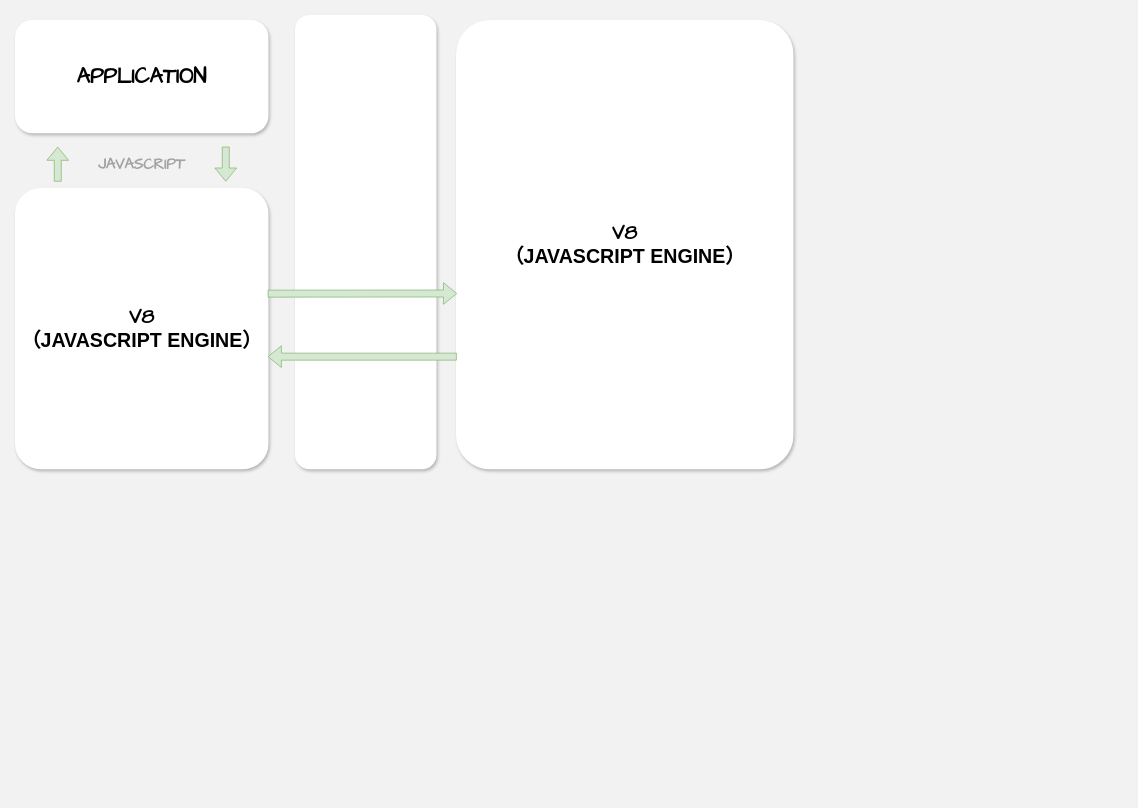
Earlier version of the draw.io diagram Node.js架构.drawio (Yaozongbin0828/UMLetDraw). Source tidied: cells renumbered, new cells numbered last; positions are measured from the earlier drawing's top-left corner, leaving out a move shared by most shapes. Both pictures are drawn from the tidied source at 70%, with x=0, y=0 at pixel (15, 15).
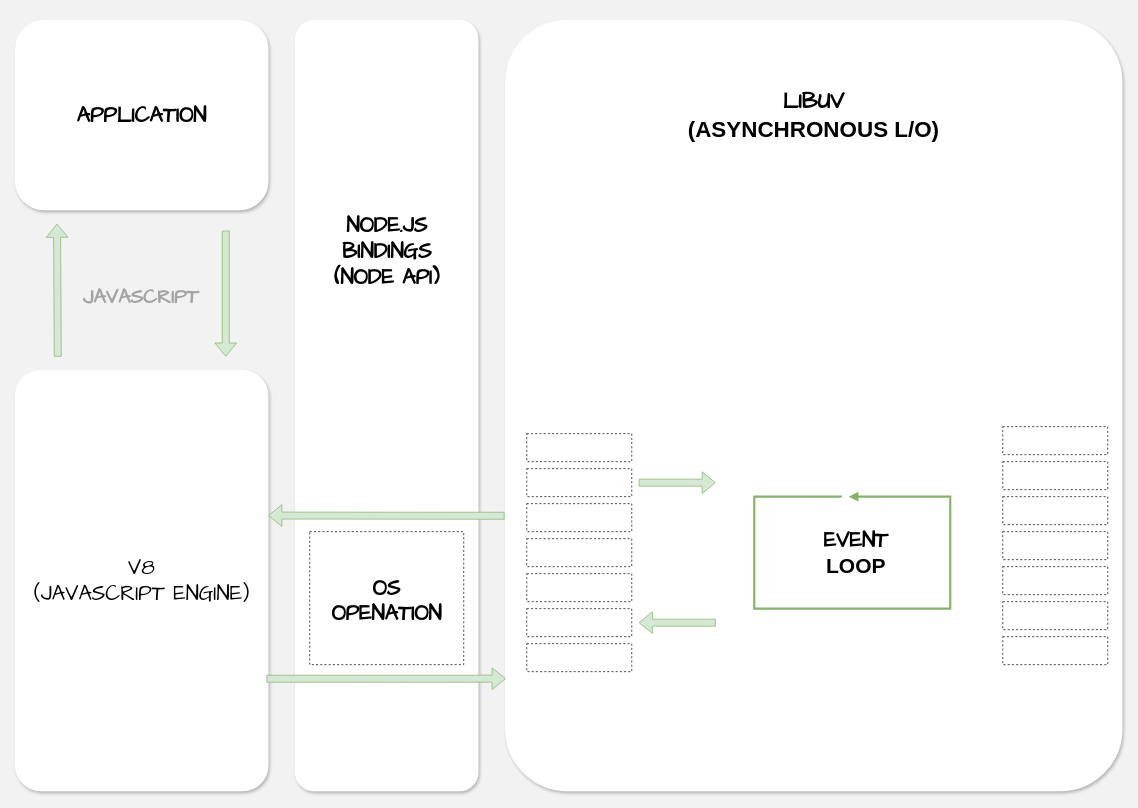
The same diagram, later.

What changed in the source:
```diff
@@
-    <mxCell id="2" value="&lt;b style=&quot;font-size: 28px;&quot;&gt;&lt;font face=&quot;Comic Sans MS&quot; style=&quot;font-size: 28px;&quot;&gt;V8&lt;/font&gt;&lt;/b&gt;&lt;div style=&quot;font-size: 28px;&quot;&gt;&lt;b style=&quot;&quot;&gt;&lt;font face=&quot;Sg2590R3SVGVvx_BgW9V&quot; style=&quot;font-size: 28px;&quot;&gt;（JAVASCRIPT ENGINE）&lt;/font&gt;&lt;/b&gt;&lt;/div&gt;" style="rounded=1;whiteSpace=wrap;html=1;shadow=1;strokeWidth=2;strokeColor=#FFFFFF;arcSize=10;" parent="1" vertex="1">
-      <mxGeometry x="630" y="7" width="480" height="640" as="geometry" />
+    <mxCell id="2" style="rounded=1;whiteSpace=wrap;html=1;shadow=1;strokeWidth=2;strokeColor=#FFFFFF;arcSize=10;" parent="1" vertex="1">
+      <mxGeometry x="700" y="7" width="880" height="1100" as="geometry" />
     </mxCell>
     <mxCell id="3" value="&lt;font size=&quot;1&quot; face=&quot;Comic Sans MS&quot; style=&quot;&quot;&gt;&lt;b style=&quot;font-size: 30px;&quot;&gt;APPLICATION&lt;/b&gt;&lt;/font&gt;" style="rounded=1;whiteSpace=wrap;html=1;shadow=1;strokeWidth=2;strokeColor=#FFFFFF;" parent="1" vertex="1">
-      <mxGeometry y="7" width="360" height="160" as="geometry" />
+      <mxGeometry y="7" width="360" height="270" as="geometry" />
     </mxCell>
-    <mxCell id="4" value="&lt;b style=&quot;font-size: 28px;&quot;&gt;&lt;font face=&quot;Comic Sans MS&quot; style=&quot;font-size: 28px;&quot;&gt;V8&lt;/font&gt;&lt;/b&gt;&lt;div style=&quot;font-size: 28px;&quot;&gt;&lt;b style=&quot;&quot;&gt;&lt;font face=&quot;Sg2590R3SVGVvx_BgW9V&quot; style=&quot;font-size: 28px;&quot;&gt;（JAVASCRIPT ENGINE）&lt;/font&gt;&lt;/b&gt;&lt;/div&gt;" style="rounded=1;whiteSpace=wrap;html=1;shadow=1;strokeWidth=2;strokeColor=#FFFFFF;arcSize=10;" parent="1" vertex="1">
-      <mxGeometry y="247" width="360" height="400" as="geometry" />
+    <mxCell id="4" value="&lt;font face=&quot;Comic Sans MS&quot; style=&quot;font-size: 30px;&quot;&gt;V8&lt;/font&gt;&lt;div style=&quot;font-size: 30px;&quot;&gt;&lt;font face=&quot;Comic Sans MS&quot; style=&quot;font-size: 30px;&quot;&gt;（JAVASCRIPT ENGINE）&lt;/font&gt;&lt;/div&gt;" style="rounded=1;whiteSpace=wrap;html=1;shadow=1;strokeWidth=2;strokeColor=#FFFFFF;arcSize=10;" parent="1" vertex="1">
+      <mxGeometry y="507" width="360" height="600" as="geometry" />
     </mxCell>
     <mxCell id="5" style="rounded=1;whiteSpace=wrap;html=1;shadow=1;strokeWidth=2;strokeColor=#FFFFFF;arcSize=10;" parent="1" vertex="1">
-      <mxGeometry x="400" width="200" height="647" as="geometry" />
+      <mxGeometry x="400" y="7" width="260" height="1100" as="geometry" />
     </mxCell>
-    <mxCell id="6" value="&lt;b&gt;&lt;font color=&quot;#a3a3a3&quot; face=&quot;Comic Sans MS&quot; style=&quot;font-size: 21px;&quot;&gt;JAVASCRIPT&lt;/font&gt;&lt;/b&gt;" style="text;html=1;align=center;verticalAlign=middle;whiteSpace=wrap;rounded=0;" parent="1" vertex="1">
-      <mxGeometry x="150" y="197" width="60" height="30" as="geometry" />
+    <mxCell id="6" value="&lt;b&gt;&lt;font color=&quot;#a3a3a3&quot; face=&quot;Comic Sans MS&quot; style=&quot;font-size: 28px;&quot;&gt;JAVASCRIPT&lt;/font&gt;&lt;/b&gt;" style="text;html=1;align=center;verticalAlign=middle;whiteSpace=wrap;rounded=0;" parent="1" vertex="1">
+      <mxGeometry x="149.3" y="387" width="60" height="30" as="geometry" />
     </mxCell>
     <mxCell id="7" style="shape=flexArrow;endArrow=classic;html=1;rounded=0;fillColor=#d5e8d4;strokeColor=#82b366;" parent="1" edge="1">
       <mxGeometry relative="1" as="geometry">
-        <mxPoint x="60" y="237" as="sourcePoint" />
-        <mxPoint x="60" y="187" as="targetPoint" />
+        <mxPoint x="60" y="487" as="sourcePoint" />
+        <mxPoint x="59" y="297" as="targetPoint" />
       </mxGeometry>
     </mxCell>
     <mxCell id="8" style="shape=flexArrow;endArrow=classic;html=1;rounded=0;fillColor=#d5e8d4;strokeColor=#82b366;" parent="1" edge="1">
       <mxGeometry relative="1" as="geometry">
-        <mxPoint x="300" y="187" as="sourcePoint" />
-        <mxPoint x="300" y="237" as="targetPoint" />
+        <mxPoint x="300" y="307" as="sourcePoint" />
+        <mxPoint x="300" y="487" as="targetPoint" />
       </mxGeometry>
     </mxCell>
-    <mxCell id="9" style="shape=flexArrow;endArrow=classic;html=1;rounded=0;fillColor=#d5e8d4;strokeColor=#82b366;entryX=0.001;entryY=0.609;entryDx=0;entryDy=0;entryPerimeter=0;" parent="1" edge="1" target="2">
+    <mxCell id="9" style="shape=flexArrow;endArrow=classic;html=1;rounded=0;fillColor=#d5e8d4;strokeColor=#82b366;entryX=0.002;entryY=0.709;entryDx=0;entryDy=0;entryPerimeter=0;" parent="1" edge="1">
       <mxGeometry relative="1" as="geometry">
-        <mxPoint x="360" y="397" as="sourcePoint" />
+        <mxPoint x="358.2" y="947.1" as="sourcePoint" />
+        <mxPoint x="700" y="947" as="targetPoint" />
       </mxGeometry>
     </mxCell>
-    <mxCell id="10" style="shape=flexArrow;endArrow=classic;html=1;rounded=0;fillColor=#d5e8d4;strokeColor=#82b366;" parent="1" edge="1">
-      <mxGeometry relative="1" as="geometry">
-        <mxPoint x="630" y="487" as="sourcePoint" />
-        <mxPoint x="360" y="487" as="targetPoint" />
-      </mxGeometry>
+    <mxCell id="10" style="shape=flexArrow;endArrow=classic;html=1;rounded=0;fillColor=#d5e8d4;strokeColor=#82b366;entryX=1.002;entryY=0.345;entryDx=0;entryDy=0;entryPerimeter=0;exitX=-0.002;exitY=0.643;exitDx=0;exitDy=0;exitPerimeter=0;" parent="1" edge="1" source="2" target="4">
+      <mxGeometry relative="1" as="geometry" />
     </mxCell>
+    <mxCell id="11" value="OS&#10;OPENATION" style="fontStyle=1;align=center;verticalAlign=middle;horizontal=1;dashed=1;fontFamily=Comic Sans MS;fontSize=30;" parent="1" vertex="1">
+      <mxGeometry x="420" y="737" width="220" height="190" as="geometry" />
+    </mxCell>
+    <mxCell id="12" value="&lt;font face=&quot;Comic Sans MS&quot; style=&quot;font-size: 30px;&quot;&gt;&lt;b&gt;NODE.JS&lt;/b&gt;&lt;/font&gt;&lt;div style=&quot;font-size: 30px;&quot;&gt;&lt;font face=&quot;Comic Sans MS&quot; style=&quot;font-size: 30px;&quot;&gt;&lt;b&gt;BINDINGS&lt;/b&gt;&lt;/font&gt;&lt;/div&gt;&lt;div style=&quot;font-size: 30px;&quot;&gt;&lt;font face=&quot;Comic Sans MS&quot; style=&quot;font-size: 30px;&quot;&gt;&lt;b&gt;(NODE API)&lt;/b&gt;&lt;/font&gt;&lt;/div&gt;" style="text;html=1;align=center;verticalAlign=middle;whiteSpace=wrap;rounded=0;" parent="1" vertex="1">
+      <mxGeometry x="427.5" y="257" width="205" height="160" as="geometry" />
+    </mxCell>
+    <mxCell id="13" style="group;" parent="1" vertex="1">
+      <mxGeometry x="730" y="597" width="150" height="340" as="geometry" />
+    </mxCell>
+    <mxCell id="14" style="group;" parent="13" vertex="1">
+      <mxGeometry width="150" height="240" as="geometry" />
+    </mxCell>
+    <mxCell id="15" style="fontStyle=1;align=center;verticalAlign=middle;horizontal=1;dashed=1;fontFamily=Comic Sans MS;fontSize=30;" parent="14" vertex="1">
+      <mxGeometry y="200" width="150" height="40" as="geometry" />
+    </mxCell>
+    <mxCell id="16" style="fontStyle=1;align=center;verticalAlign=middle;horizontal=1;dashed=1;fontFamily=Comic Sans MS;fontSize=30;" parent="14" vertex="1">
+      <mxGeometry y="150" width="150" height="40" as="geometry" />
+    </mxCell>
+    <mxCell id="17" style="fontStyle=1;align=center;verticalAlign=middle;horizontal=1;dashed=1;fontFamily=Comic Sans MS;fontSize=30;" parent="14" vertex="1">
+      <mxGeometry y="100" width="150" height="40" as="geometry" />
+    </mxCell>
+    <mxCell id="18" style="fontStyle=1;align=center;verticalAlign=middle;horizontal=1;dashed=1;fontFamily=Comic Sans MS;fontSize=30;" parent="14" vertex="1">
+      <mxGeometry width="150" height="40" as="geometry" />
+    </mxCell>
+    <mxCell id="19" style="fontStyle=1;align=center;verticalAlign=middle;horizontal=1;dashed=1;fontFamily=Comic Sans MS;fontSize=30;" parent="14" vertex="1">
+      <mxGeometry y="50" width="150" height="40" as="geometry" />
+    </mxCell>
+    <mxCell id="20" style="fontStyle=1;align=center;verticalAlign=middle;horizontal=1;dashed=1;fontFamily=Comic Sans MS;fontSize=30;" parent="13" vertex="1">
+      <mxGeometry y="250" width="150" height="40" as="geometry" />
+    </mxCell>
+    <mxCell id="21" style="fontStyle=1;align=center;verticalAlign=middle;horizontal=1;dashed=1;fontFamily=Comic Sans MS;fontSize=30;" parent="13" vertex="1">
+      <mxGeometry y="300" width="150" height="40" as="geometry" />
+    </mxCell>
+    <mxCell id="22" style="group;" parent="1" vertex="1">
+      <mxGeometry x="1410" y="587" width="150" height="340" as="geometry" />
+    </mxCell>
+    <mxCell id="23" style="group;" parent="22" vertex="1">
+      <mxGeometry width="150" height="240" as="geometry" />
+    </mxCell>
+    <mxCell id="24" style="fontStyle=1;align=center;verticalAlign=middle;horizontal=1;dashed=1;fontFamily=Comic Sans MS;fontSize=30;" parent="23" vertex="1">
+      <mxGeometry y="200" width="150" height="40" as="geometry" />
+    </mxCell>
+    <mxCell id="25" style="fontStyle=1;align=center;verticalAlign=middle;horizontal=1;dashed=1;fontFamily=Comic Sans MS;fontSize=30;" parent="23" vertex="1">
+      <mxGeometry y="150" width="150" height="40" as="geometry" />
+    </mxCell>
+    <mxCell id="26" style="fontStyle=1;align=center;verticalAlign=middle;horizontal=1;dashed=1;fontFamily=Comic Sans MS;fontSize=30;" parent="23" vertex="1">
+      <mxGeometry y="100" width="150" height="40" as="geometry" />
+    </mxCell>
+    <mxCell id="27" style="fontStyle=1;align=center;verticalAlign=middle;horizontal=1;dashed=1;fontFamily=Comic Sans MS;fontSize=30;" parent="23" vertex="1">
+      <mxGeometry width="150" height="40" as="geometry" />
+    </mxCell>
+    <mxCell id="28" style="fontStyle=1;align=center;verticalAlign=middle;horizontal=1;dashed=1;fontFamily=Comic Sans MS;fontSize=30;" parent="23" vertex="1">
+      <mxGeometry y="50" width="150" height="40" as="geometry" />
+    </mxCell>
+    <mxCell id="29" style="fontStyle=1;align=center;verticalAlign=middle;horizontal=1;dashed=1;fontFamily=Comic Sans MS;fontSize=30;" parent="22" vertex="1">
+      <mxGeometry y="250" width="150" height="40" as="geometry" />
+    </mxCell>
+    <mxCell id="30" style="fontStyle=1;align=center;verticalAlign=middle;horizontal=1;dashed=1;fontFamily=Comic Sans MS;fontSize=30;" parent="22" vertex="1">
+      <mxGeometry y="300" width="150" height="40" as="geometry" />
+    </mxCell>
+    <mxCell id="31" style="shape=flexArrow;endArrow=classic;html=1;rounded=0;fillColor=#d5e8d4;strokeColor=#82b366;exitX=-0.002;exitY=0.643;exitDx=0;exitDy=0;exitPerimeter=0;" parent="1" edge="1">
+      <mxGeometry relative="1" as="geometry">
+        <mxPoint x="890" y="667" as="sourcePoint" />
+        <mxPoint x="1000" y="667" as="targetPoint" />
+      </mxGeometry>
+    </mxCell>
+    <mxCell id="32" style="shape=flexArrow;endArrow=classic;html=1;rounded=0;fillColor=#d5e8d4;strokeColor=#82b366;exitX=-0.002;exitY=0.643;exitDx=0;exitDy=0;exitPerimeter=0;" parent="1" edge="1">
+      <mxGeometry relative="1" as="geometry">
+        <mxPoint x="1000" y="867" as="sourcePoint" />
+        <mxPoint x="890" y="867" as="targetPoint" />
+      </mxGeometry>
+    </mxCell>
+    <mxCell id="33" value="&lt;font face=&quot;Comic Sans MS&quot; style=&quot;font-size: 32px;&quot;&gt;&lt;b style=&quot;&quot;&gt;LIBUV&lt;/b&gt;&lt;/font&gt;&lt;div style=&quot;font-size: 32px;&quot;&gt;&lt;font face=&quot;ewVS7R6IZLx0vih2EcNN&quot; style=&quot;font-size: 32px;&quot;&gt;&lt;b style=&quot;&quot;&gt;(ASYNCHRONOUS L/O)&lt;/b&gt;&lt;/font&gt;&lt;/div&gt;" style="text;html=1;align=center;verticalAlign=middle;whiteSpace=wrap;rounded=0;" parent="1" vertex="1">
+      <mxGeometry x="945" y="67" width="390" height="150" as="geometry" />
+    </mxCell>
+    <mxCell id="34" style="html=1;align=left;spacingLeft=2;endArrow=block;rounded=0;edgeStyle=orthogonalEdgeStyle;curved=0;rounded=0;strokeWidth=3;fillColor=#d5e8d4;strokeColor=#82b366;" parent="1" edge="1">
+      <mxGeometry relative="1" as="geometry">
+        <mxPoint x="1180" y="687" as="sourcePoint" />
+        <mxPoint x="1190" y="687" as="targetPoint" />
+        <Array as="points">
+          <mxPoint x="1055" y="687" />
+          <mxPoint x="1055" y="847" />
+          <mxPoint x="1335" y="847" />
+          <mxPoint x="1335" y="687" />
+        </Array>
+      </mxGeometry>
+    </mxCell>
+    <mxCell id="35" value="&lt;font face=&quot;Comic Sans MS&quot; style=&quot;font-size: 30px;&quot;&gt;EVENT&lt;/font&gt;&lt;div style=&quot;font-size: 30px;&quot;&gt;&lt;font face=&quot;YlzoEgPcgHeyzff_NdyH&quot; style=&quot;font-size: 30px;&quot;&gt;LOOP&lt;/font&gt;&lt;/div&gt;" style="text;align=center;fontStyle=1;verticalAlign=middle;spacingLeft=3;spacingRight=3;strokeColor=none;html=1;" parent="1" vertex="1">
+      <mxGeometry x="1160" y="754" width="80" height="26" as="geometry" />
+    </mxCell>
```
